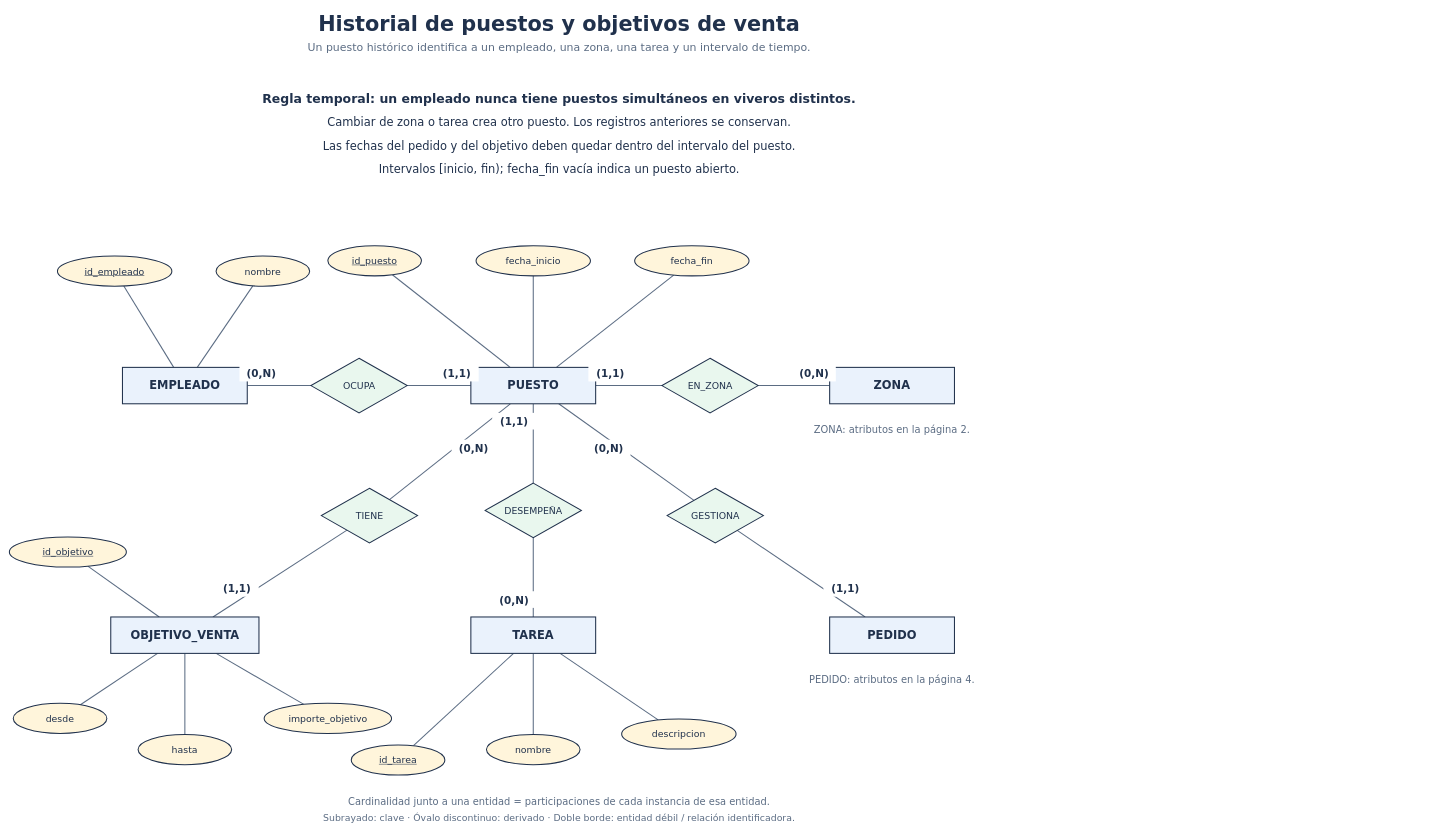
Before: page "3. Historial y objetivos" (3 of 4) of modelo/modelo_viveros.drawio in dvorak3/ABDB---pr03, a draw.io diagram. Source tidied: cells renumbered, new cells numbered last; positions are measured from the earlier drawing's top-left corner, leaving out a move shared by most shapes. Both pictures are drawn from the tidied source at 52%, with x=0, y=0 at pixel (9, 9).
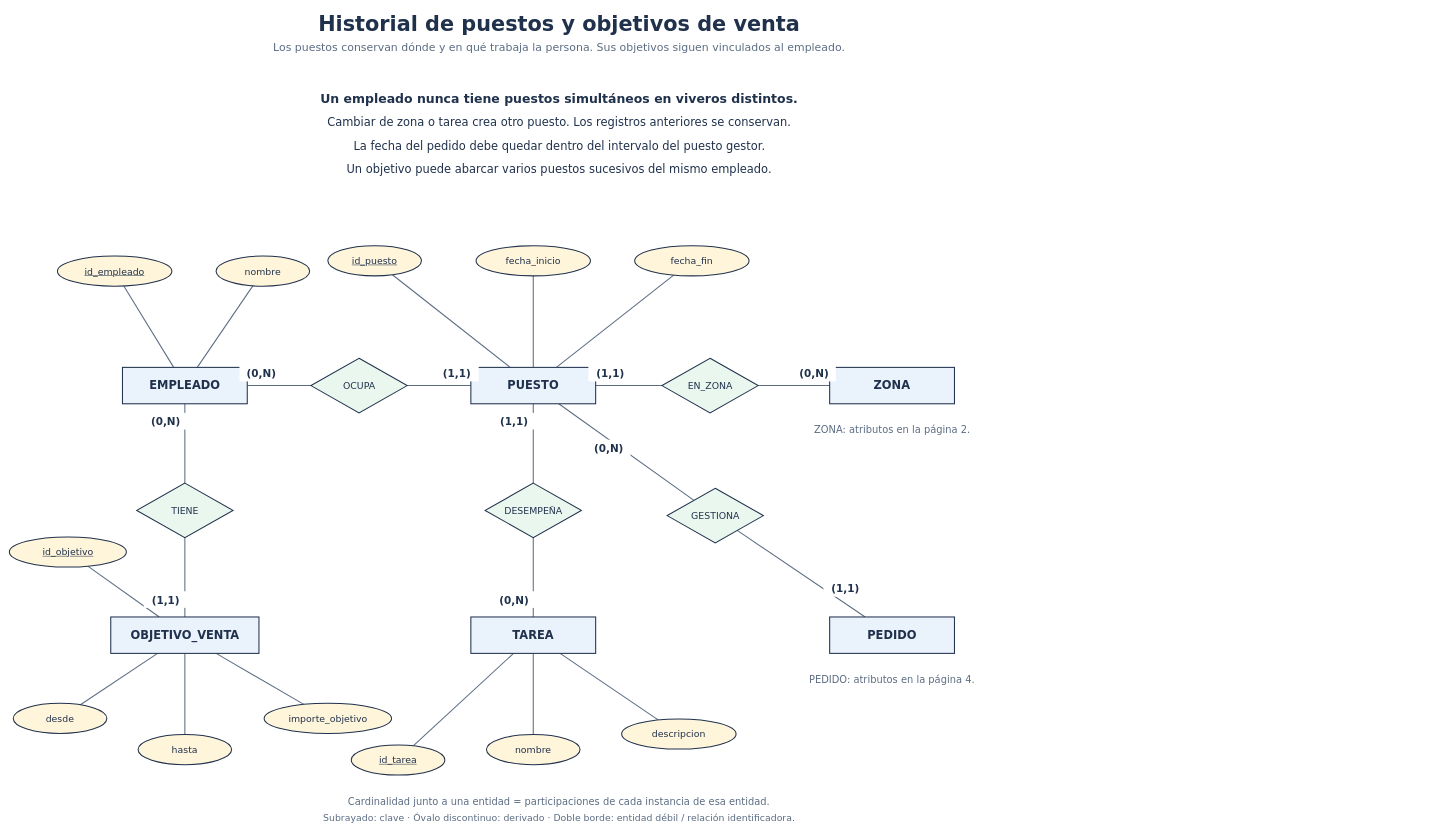
The same diagram, later.

Unchanged cells that the change refers to:
```xml
<mxCell id="24" value="EMPLEADO" style="shape=rectangle;rounded=0;whiteSpace=wrap;html=1;fillColor=#eaf2fc;strokeColor=#20314c;fontColor=#20314c;fontFamily=DejaVu Sans;fontSize=22;strokeWidth=2;align=center;verticalAlign=middle;fontStyle=1;" parent="1" vertex="1">
  <mxGeometry x="218" y="689" width="240" height="70" as="geometry" />
</mxCell>
<mxCell id="25" value="PUESTO" style="shape=rectangle;rounded=0;whiteSpace=wrap;html=1;fillColor=#eaf2fc;strokeColor=#20314c;fontColor=#20314c;fontFamily=DejaVu Sans;fontSize=22;strokeWidth=2;align=center;verticalAlign=middle;fontStyle=1;" parent="1" vertex="1">
  <mxGeometry x="888" y="689" width="240" height="70" as="geometry" />
</mxCell>
<mxCell id="28" value="OBJETIVO_VENTA" style="shape=rectangle;rounded=0;whiteSpace=wrap;html=1;fillColor=#eaf2fc;strokeColor=#20314c;fontColor=#20314c;fontFamily=DejaVu Sans;fontSize=22;strokeWidth=2;align=center;verticalAlign=middle;fontStyle=1;" parent="1" vertex="1">
  <mxGeometry x="195.5" y="1169" width="285" height="70" as="geometry" />
</mxCell>
```

What changed in the source:
```diff
@@
-    <mxCell id="13" style="edgeStyle=none;rounded=0;html=1;endArrow=none;startArrow=none;strokeWidth=2;strokeColor=#5b6c83;exitX=0.3162499999999999;exitY=1.0;exitPerimeter=0;entryX=0.7084777812795462;entryY=0.20847778127954586;entryPerimeter=0;" parent="1" edge="1" source="25" target="38">
+    <mxCell id="13" style="edgeStyle=none;rounded=0;html=1;endArrow=none;startArrow=none;strokeWidth=2;strokeColor=#5b6c83;exitX=0.5;exitY=1.0;exitPerimeter=0;entryX=0.5;entryY=0.0;entryPerimeter=0;" parent="1" edge="1" source="24" target="38">
       <mxGeometry relative="1" as="geometry" />
     </mxCell>
-    <mxCell id="14" style="edgeStyle=none;rounded=0;html=1;endArrow=none;startArrow=none;strokeWidth=2;strokeColor=#5b6c83;exitX=0.6895499618611748;exitY=0.0;exitPerimeter=0;entryX=0.2665205136235518;entryY=0.766520513623551;entryPerimeter=0;" parent="1" edge="1" source="28" target="38">
+    <mxCell id="14" style="edgeStyle=none;rounded=0;html=1;endArrow=none;startArrow=none;strokeWidth=2;strokeColor=#5b6c83;exitX=0.5;exitY=0.0;exitPerimeter=0;entryX=0.5;entryY=1.0;entryPerimeter=0;" parent="1" edge="1" source="28" target="38">
       <mxGeometry relative="1" as="geometry" />
     </mxCell>
@@
     <mxCell id="38" value="TIENE" style="shape=rhombus;rounded=0;whiteSpace=wrap;html=1;fillColor=#e9f7ee;strokeColor=#20314c;fontColor=#20314c;fontFamily=DejaVu Sans;fontSize=18;strokeWidth=2;align=center;verticalAlign=middle;" parent="1" vertex="1">
-      <mxGeometry x="600.5" y="921.5" width="185" height="105" as="geometry" />
+      <mxGeometry x="245.5" y="911.5" width="185" height="105" as="geometry" />
     </mxCell>
@@
     <mxCell id="53" value="(0,N)" style="text;html=1;fillColor=#ffffff;strokeColor=none;fontFamily=DejaVu Sans;fontColor=#20314c;fontSize=20;fontStyle=1;align=center;verticalAlign=middle;" parent="1" vertex="1">
-      <mxGeometry x="851" y="828" width="84" height="32" as="geometry" />
+      <mxGeometry x="259" y="776.5" width="84" height="32" as="geometry" />
     </mxCell>
     <mxCell id="54" value="(1,1)" style="text;html=1;fillColor=#ffffff;strokeColor=none;fontFamily=DejaVu Sans;fontColor=#20314c;fontSize=20;fontStyle=1;align=center;verticalAlign=middle;" parent="1" vertex="1">
-      <mxGeometry x="396" y="1098" width="84" height="32" as="geometry" />
+      <mxGeometry x="259" y="1119.5" width="84" height="32" as="geometry" />
     </mxCell>
@@
     <mxCell id="57" value="Historial de puestos y objetivos de venta" style="text;html=1;strokeColor=none;fillColor=none;fontFamily=DejaVu Sans;fontColor=#20314c;fontSize=40;fontStyle=1;align=center;verticalAlign=middle;whiteSpace=wrap;" parent="1" vertex="1">
-      <mxGeometry x="24" width="2068" height="56" as="geometry" />
+      <mxGeometry x="501.8" width="1112.4" height="56" as="geometry" />
     </mxCell>
-    <mxCell id="58" value="Un puesto histórico identifica a un empleado, una zona, una tarea y un intervalo de tiempo." style="text;html=1;strokeColor=none;fillColor=none;fontFamily=DejaVu Sans;fontColor=#5b6c83;fontSize=21;fontStyle=0;align=center;verticalAlign=middle;whiteSpace=wrap;" parent="1" vertex="1">
-      <mxGeometry x="24" y="60.3" width="2068" height="29.4" as="geometry" />
+    <mxCell id="58" value="Los puestos conservan dónde y en qué trabaja la persona. Sus objetivos siguen vinculados al empleado." style="text;html=1;strokeColor=none;fillColor=none;fontFamily=DejaVu Sans;fontColor=#5b6c83;fontSize=21;fontStyle=0;align=center;verticalAlign=middle;whiteSpace=wrap;" parent="1" vertex="1">
+      <mxGeometry x="343.1" y="60.3" width="1429.9" height="29.4" as="geometry" />
     </mxCell>
     <mxCell id="59" value="ZONA: atributos en la página 2." style="text;html=1;strokeColor=none;fillColor=none;fontFamily=DejaVu Sans;fontColor=#5b6c83;fontSize=19;fontStyle=0;align=center;verticalAlign=middle;whiteSpace=wrap;" parent="1" vertex="1">
-      <mxGeometry x="664" y="795.7" width="2068" height="26.6" as="geometry" />
+      <mxGeometry x="1488.6" y="795.7" width="418.7" height="26.6" as="geometry" />
     </mxCell>
     <mxCell id="60" value="PEDIDO: atributos en la página 4." style="text;html=1;strokeColor=none;fillColor=none;fontFamily=DejaVu Sans;fontColor=#5b6c83;fontSize=19;fontStyle=0;align=center;verticalAlign=middle;whiteSpace=wrap;" parent="1" vertex="1">
-      <mxGeometry x="664" y="1275.7" width="2068" height="26.6" as="geometry" />
+      <mxGeometry x="1476.1" y="1275.7" width="443.8" height="26.6" as="geometry" />
     </mxCell>
-    <mxCell id="61" value="Regla temporal: un empleado nunca tiene puestos simultáneos en viveros distintos." style="text;html=1;strokeColor=none;fillColor=none;fontFamily=DejaVu Sans;fontColor=#20314c;fontSize=24;fontStyle=1;align=center;verticalAlign=middle;whiteSpace=wrap;" parent="1" vertex="1">
-      <mxGeometry x="24" y="157.2" width="2068" height="33.6" as="geometry" />
+    <mxCell id="61" value="Un empleado nunca tiene puestos simultáneos en viveros distintos." style="text;html=1;strokeColor=none;fillColor=none;fontFamily=DejaVu Sans;fontColor=#20314c;fontSize=24;fontStyle=1;align=center;verticalAlign=middle;whiteSpace=wrap;" parent="1" vertex="1">
+      <mxGeometry x="528.2" y="157.2" width="1059.6" height="33.6" as="geometry" />
     </mxCell>
     <mxCell id="62" value="Cambiar de zona o tarea crea otro puesto. Los registros anteriores se conservan." style="text;html=1;strokeColor=none;fillColor=none;fontFamily=DejaVu Sans;fontColor=#20314c;fontSize=22;fontStyle=0;align=center;verticalAlign=middle;whiteSpace=wrap;" parent="1" vertex="1">
-      <mxGeometry x="24" y="203.6" width="2068" height="30.8" as="geometry" />
+      <mxGeometry x="462.2" y="203.6" width="1191.6" height="30.8" as="geometry" />
     </mxCell>
-    <mxCell id="63" value="Las fechas del pedido y del objetivo deben quedar dentro del intervalo del puesto." style="text;html=1;strokeColor=none;fillColor=none;fontFamily=DejaVu Sans;fontColor=#20314c;fontSize=22;fontStyle=0;align=center;verticalAlign=middle;whiteSpace=wrap;" parent="1" vertex="1">
-      <mxGeometry x="24" y="248.6" width="2068" height="30.8" as="geometry" />
+    <mxCell id="63" value="La fecha del pedido debe quedar dentro del intervalo del puesto gestor." style="text;html=1;strokeColor=none;fillColor=none;fontFamily=DejaVu Sans;fontColor=#20314c;fontSize=22;fontStyle=0;align=center;verticalAlign=middle;whiteSpace=wrap;" parent="1" vertex="1">
+      <mxGeometry x="527.5" y="248.6" width="1060.9" height="30.8" as="geometry" />
     </mxCell>
-    <mxCell id="64" value="Intervalos [inicio, fin); fecha_fin vacía indica un puesto abierto." style="text;html=1;strokeColor=none;fillColor=none;fontFamily=DejaVu Sans;fontColor=#20314c;fontSize=22;fontStyle=0;align=center;verticalAlign=middle;whiteSpace=wrap;" parent="1" vertex="1">
-      <mxGeometry x="24" y="293.6" width="2068" height="30.8" as="geometry" />
+    <mxCell id="64" value="Un objetivo puede abarcar varios puestos sucesivos del mismo empleado." style="text;html=1;strokeColor=none;fillColor=none;fontFamily=DejaVu Sans;fontColor=#20314c;fontSize=22;fontStyle=0;align=center;verticalAlign=middle;whiteSpace=wrap;" parent="1" vertex="1">
+      <mxGeometry x="534.8" y="293.6" width="1046.4" height="30.8" as="geometry" />
     </mxCell>
     <mxCell id="65" value="Cardinalidad junto a una entidad = participaciones de cada instancia de esa entidad." style="text;html=1;strokeColor=none;fillColor=none;fontFamily=DejaVu Sans;fontColor=#5b6c83;fontSize=19;fontStyle=0;align=center;verticalAlign=middle;whiteSpace=wrap;" parent="1" vertex="1">
-      <mxGeometry x="24" y="1510.7" width="2068" height="26.6" as="geometry" />
+      <mxGeometry x="516.3" y="1510.7" width="1083.4" height="26.6" as="geometry" />
     </mxCell>
     <mxCell id="66" value="Subrayado: clave · Óvalo discontinuo: derivado · Doble borde: entidad débil / relación identificadora." style="text;html=1;strokeColor=none;fillColor=none;fontFamily=DejaVu Sans;fontColor=#5b6c83;fontSize=18;fontStyle=0;align=center;verticalAlign=middle;whiteSpace=wrap;" parent="1" vertex="1">
-      <mxGeometry x="24" y="1541.4" width="2068" height="25.2" as="geometry" />
+      <mxGeometry x="437.1" y="1541.4" width="1241.8" height="25.2" as="geometry" />
     </mxCell>
```
